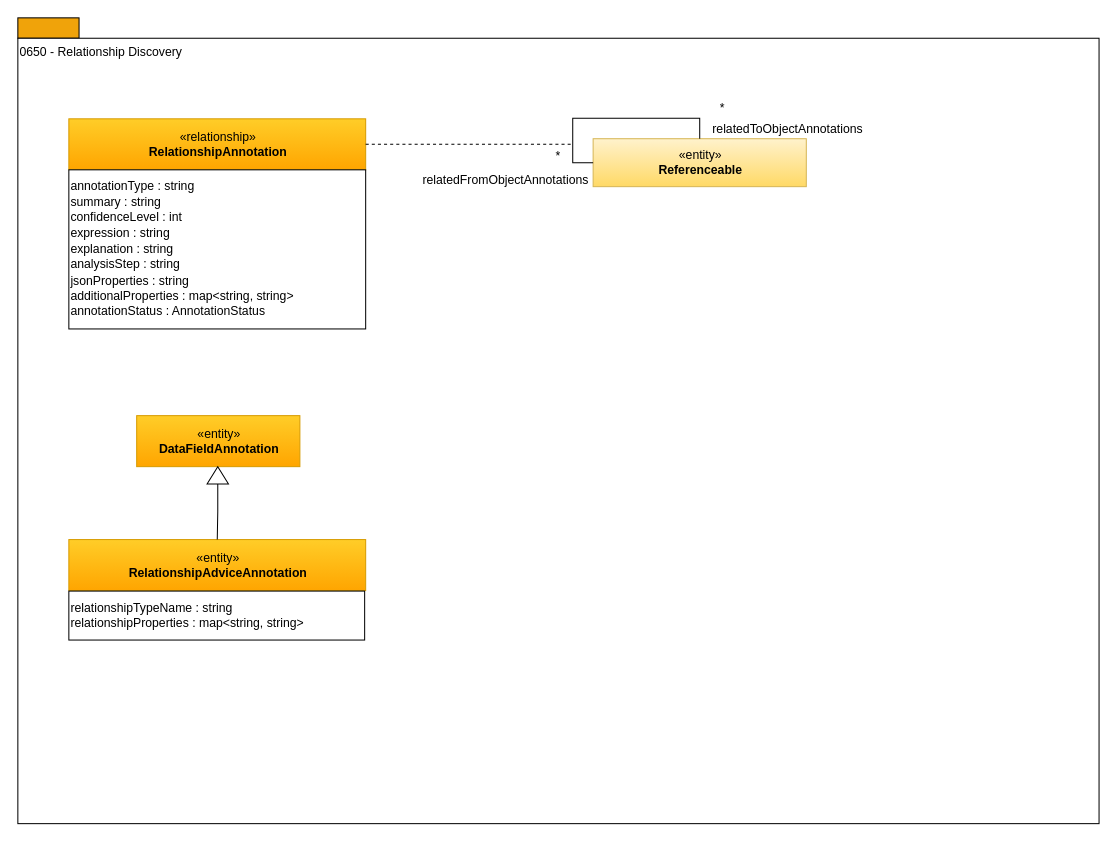
Above: page "0650 - Relationship Discovery" (15 of 18) of open-metadata-publication/website/open-metadata-types/area-6-discovery.drawio in planetf1/egeria (draw.io), before the change. Source tidied: cells renumbered, new cells numbered last; positions are measured from the earlier drawing's top-left corner, leaving out a move shared by most shapes. Both pictures are drawn from the tidied source at 102%, with x=0, y=0 at pixel (17, 17).
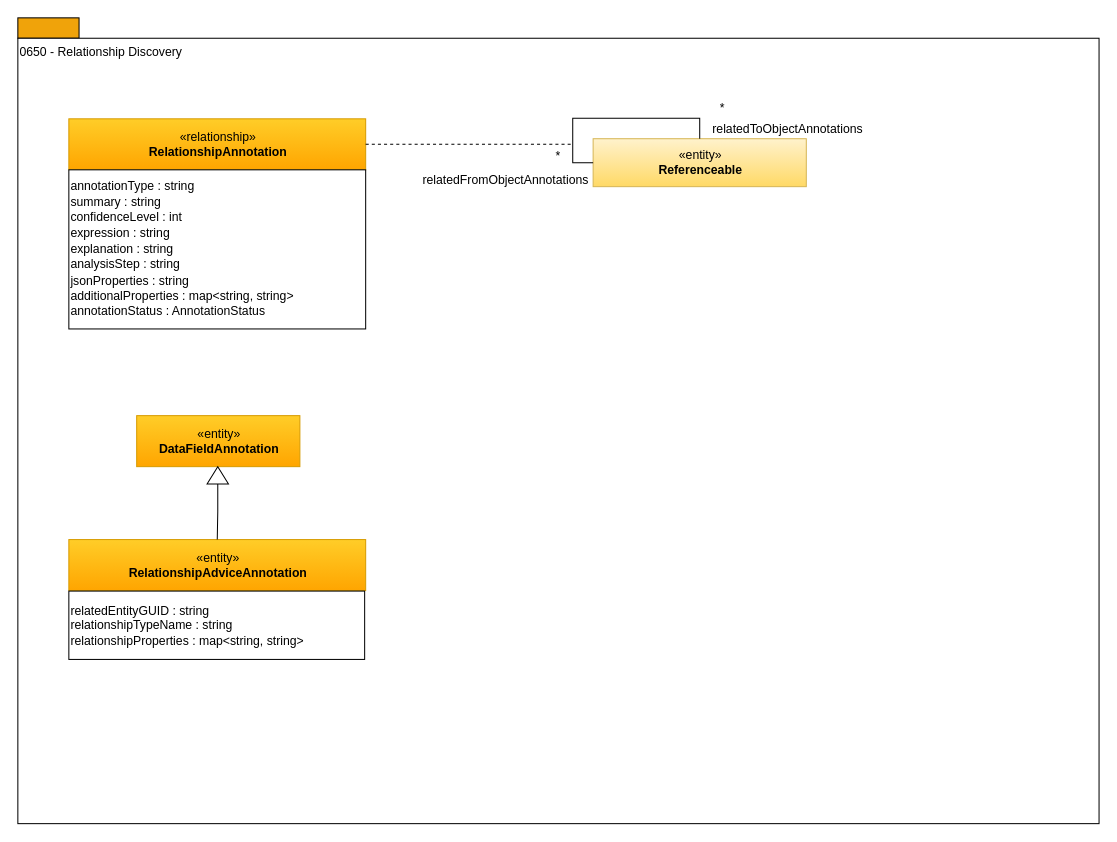
Above is the later version.

What changed in the source:
```diff
@@
 <mxGraphModel>
   <root>
     <mxCell id="0" />
     <mxCell id="1" parent="0" />
     <mxCell id="2" style="rounded=0;whiteSpace=wrap;html=1;align=left;fillColor=#f0a30a;strokeColor=#000000;fontColor=#ffffff;" parent="1" vertex="1">
       <mxGeometry width="60" height="20" as="geometry" />
     </mxCell>
     <mxCell id="3" value="0650 - Relationship Discovery" style="rounded=0;whiteSpace=wrap;html=1;align=left;verticalAlign=top;" parent="1" vertex="1">
       <mxGeometry y="20" width="1060" height="770" as="geometry" />
     </mxCell>
     <mxCell id="4" value="«relationship»&lt;br&gt;&lt;b&gt;RelationshipAnnotation&lt;/b&gt;" style="html=1;strokeColor=#d79b00;align=center;fillColor=#ffcd28;gradientColor=#ffa500;" parent="1" vertex="1">
       <mxGeometry x="50" y="99" width="291" height="50" as="geometry" />
     </mxCell>
     <mxCell id="5" value="&lt;pre&gt;&lt;font face=&quot;Helvetica&quot;&gt;annotationType : string&lt;br&gt;summary : string&lt;br&gt;confidenceLevel : int&lt;br&gt;expression : string&lt;br&gt;explanation : string&lt;br&gt;analysisStep : string&lt;br&gt;jsonProperties : string&lt;br&gt;additionalProperties : map&amp;lt;string, string&amp;gt;&lt;br&gt;annotationStatus : AnnotationStatus&lt;/font&gt;&lt;/pre&gt;" style="rounded=0;whiteSpace=wrap;html=1;strokeColor=#000000;gradientColor=#ffffff;align=left;" parent="1" vertex="1">
       <mxGeometry x="50" y="149" width="291" height="156" as="geometry" />
     </mxCell>
     <mxCell id="6" value="«entity»&lt;br&gt;&lt;b&gt;Referenceable&lt;/b&gt;" style="html=1;strokeColor=#d6b656;align=center;fillColor=#fff2cc;gradientColor=#ffd966;" parent="1" vertex="1">
       <mxGeometry x="564" y="118.5" width="209" height="47" as="geometry" />
     </mxCell>
     <mxCell id="7" style="edgeStyle=orthogonalEdgeStyle;rounded=0;html=1;entryX=0;entryY=0.5;endArrow=none;endFill=0;jettySize=auto;orthogonalLoop=1;" parent="1" edge="1" source="6" target="6">
       <mxGeometry relative="1" as="geometry">
         <Array as="points">
           <mxPoint x="669" y="98.5" />
           <mxPoint x="544" y="98.5" />
           <mxPoint x="544" y="142.5" />
         </Array>
       </mxGeometry>
     </mxCell>
     <mxCell id="8" style="endArrow=none;dashed=1;html=1;exitX=1;exitY=0.5;entryX=1.042;entryY=-0.075;entryPerimeter=0;" parent="1" edge="1" source="4" target="12">
       <mxGeometry relative="1" as="geometry" />
     </mxCell>
     <mxCell id="9" value="relatedFromObjectAnnotations" style="text;html=1;strokeColor=none;fillColor=none;align=center;verticalAlign=middle;whiteSpace=wrap;rounded=0;" parent="1" vertex="1">
       <mxGeometry x="405" y="149" width="147" height="20" as="geometry" />
     </mxCell>
     <mxCell id="10" value="relatedToObjectAnnotations" style="text;html=1;strokeColor=none;fillColor=none;align=center;verticalAlign=middle;whiteSpace=wrap;rounded=0;" parent="1" vertex="1">
       <mxGeometry x="669" y="98.5" width="172" height="20" as="geometry" />
     </mxCell>
     <mxCell id="11" value="*" style="text;html=1;strokeColor=none;fillColor=none;align=center;verticalAlign=middle;whiteSpace=wrap;rounded=0;" parent="1" vertex="1">
       <mxGeometry x="679" y="78.5" width="24" height="20" as="geometry" />
     </mxCell>
     <mxCell id="12" value="*" style="text;html=1;strokeColor=none;fillColor=none;align=center;verticalAlign=middle;whiteSpace=wrap;rounded=0;" parent="1" vertex="1">
       <mxGeometry x="518" y="125.5" width="24" height="20" as="geometry" />
     </mxCell>
     <mxCell id="13" value="«entity»&lt;br&gt;&lt;b&gt;RelationshipAdviceAnnotation&lt;/b&gt;" style="html=1;strokeColor=#d79b00;align=center;fillColor=#ffcd28;gradientColor=#ffa500;" parent="1" vertex="1">
       <mxGeometry x="50" y="511.5" width="291" height="50" as="geometry" />
     </mxCell>
-    <mxCell id="14" value="relationshipTypeName : string&lt;br&gt;relationshipProperties : map&amp;lt;string, string&amp;gt;&lt;br&gt;" style="rounded=0;whiteSpace=wrap;html=1;strokeColor=#000000;gradientColor=#ffffff;align=left;" parent="1" vertex="1">
-      <mxGeometry x="50" y="562" width="290" height="48" as="geometry" />
+    <mxCell id="14" value="relatedEntityGUID : string&lt;br&gt;relationshipTypeName : string&lt;br&gt;relationshipProperties : map&amp;lt;string, string&amp;gt;" style="rounded=0;whiteSpace=wrap;html=1;strokeColor=#000000;gradientColor=#ffffff;align=left;" parent="1" vertex="1">
+      <mxGeometry x="50" y="562" width="290" height="67" as="geometry" />
     </mxCell>
     <mxCell id="15" style="edgeStyle=orthogonalEdgeStyle;rounded=0;html=1;endArrow=none;endFill=0;jettySize=auto;exitX=0;exitY=0.5;" parent="1" edge="1" source="17" target="13">
       <mxGeometry relative="1" as="geometry" />
     </mxCell>
     <mxCell id="16" value="«entity»&lt;br&gt;&lt;b&gt;DataFieldAnnotation&lt;/b&gt;&lt;br&gt;" style="html=1;strokeColor=#d79b00;align=center;fillColor=#ffcd28;gradientColor=#ffa500;" parent="1" vertex="1">
       <mxGeometry x="116.5" y="390" width="160" height="50" as="geometry" />
     </mxCell>
     <mxCell id="17" style="triangle;whiteSpace=wrap;html=1;strokeColor=#000000;gradientColor=#ffffff;align=center;rotation=-90;" parent="1" vertex="1">
       <mxGeometry x="187.5" y="438" width="17" height="21" as="geometry" />
     </mxCell>
   </root>
 </mxGraphModel>
```
